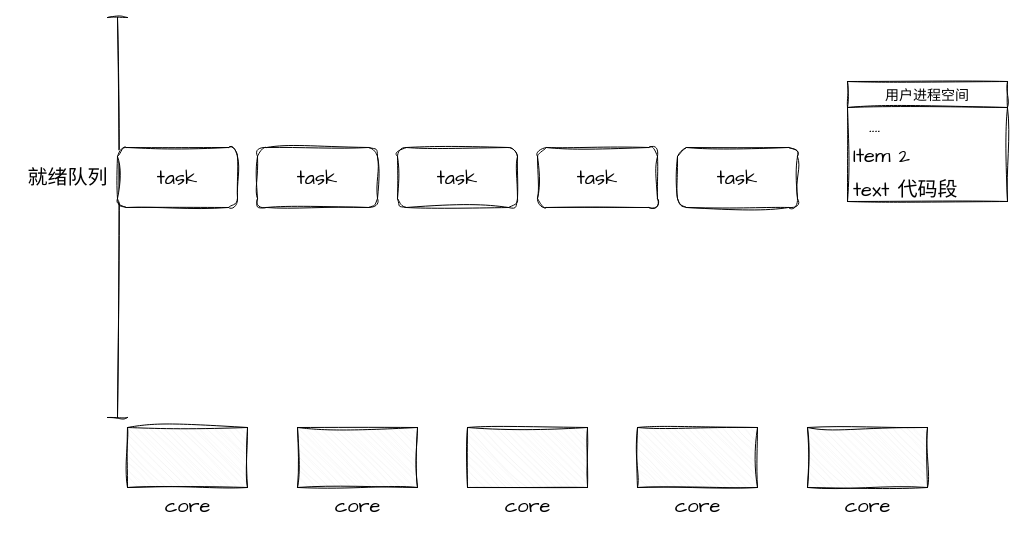
Earlier version of the draw.io diagram resource/new/thread.drawio (zuochunwei/hpc). Source tidied: cells renumbered, new cells numbered last; positions are measured from the earlier drawing's top-left corner, leaving out a move shared by most shapes. Both pictures are drawn from the tidied source at 100%, with x=0, y=0 at pixel (17, 17).
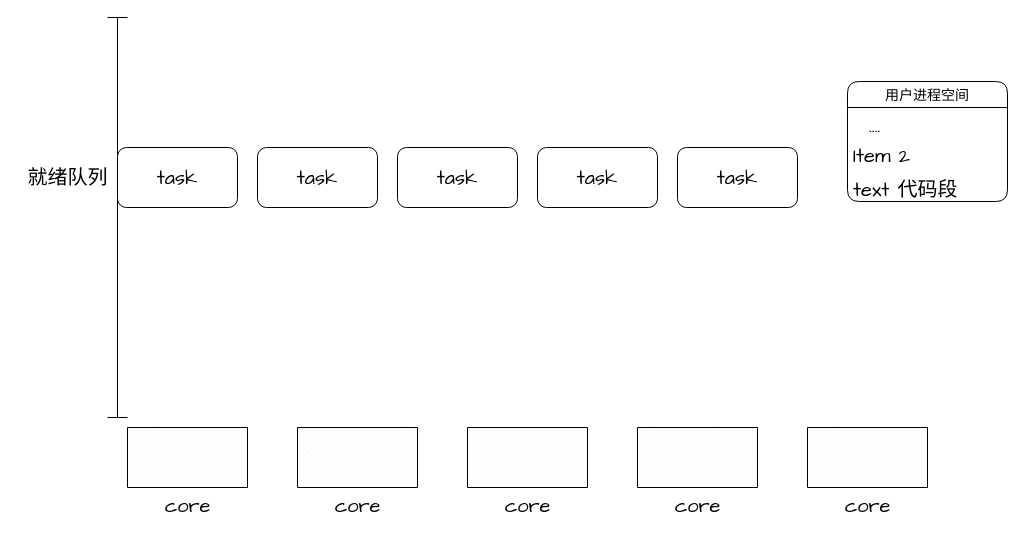
The same page after the edit.

Change to the diagram source:
```diff
@@
 <mxGraphModel>
   <root>
     <mxCell id="0" />
     <mxCell id="1" parent="0" />
-    <mxCell id="2" value="core" style="verticalLabelPosition=bottom;verticalAlign=top;html=1;shape=mxgraph.basic.patternFillRect;fillStyle=diagRev;step=5;fillStrokeWidth=0.2;fillStrokeColor=#dddddd;sketch=1;hachureGap=4;jiggle=2;curveFitting=1;fontFamily=Architects Daughter;fontSize=20;" parent="1" vertex="1">
+    <mxCell id="2" value="core" style="verticalLabelPosition=bottom;verticalAlign=top;html=1;shape=mxgraph.basic.patternFillRect;fillStyle=diagRev;step=5;fillStrokeWidth=0.2;fillStrokeColor=#dddddd;hachureGap=4;jiggle=2;curveFitting=1;fontFamily=Architects Daughter;fontSize=20;rounded=1;" parent="1" vertex="1">
       <mxGeometry x="110" y="410" width="120" height="60" as="geometry" />
     </mxCell>
-    <mxCell id="3" value="core" style="verticalLabelPosition=bottom;verticalAlign=top;html=1;shape=mxgraph.basic.patternFillRect;fillStyle=diagRev;step=5;fillStrokeWidth=0.2;fillStrokeColor=#dddddd;sketch=1;hachureGap=4;jiggle=2;curveFitting=1;fontFamily=Architects Daughter;fontSize=20;" parent="1" vertex="1">
+    <mxCell id="3" value="core" style="verticalLabelPosition=bottom;verticalAlign=top;html=1;shape=mxgraph.basic.patternFillRect;fillStyle=diagRev;step=5;fillStrokeWidth=0.2;fillStrokeColor=#dddddd;hachureGap=4;jiggle=2;curveFitting=1;fontFamily=Architects Daughter;fontSize=20;rounded=1;" parent="1" vertex="1">
       <mxGeometry x="280" y="410" width="120" height="60" as="geometry" />
     </mxCell>
-    <mxCell id="4" value="core" style="verticalLabelPosition=bottom;verticalAlign=top;html=1;shape=mxgraph.basic.patternFillRect;fillStyle=diagRev;step=5;fillStrokeWidth=0.2;fillStrokeColor=#dddddd;sketch=1;hachureGap=4;jiggle=2;curveFitting=1;fontFamily=Architects Daughter;fontSize=20;" parent="1" vertex="1">
+    <mxCell id="4" value="core" style="verticalLabelPosition=bottom;verticalAlign=top;html=1;shape=mxgraph.basic.patternFillRect;fillStyle=diagRev;step=5;fillStrokeWidth=0.2;fillStrokeColor=#dddddd;hachureGap=4;jiggle=2;curveFitting=1;fontFamily=Architects Daughter;fontSize=20;rounded=1;" parent="1" vertex="1">
       <mxGeometry x="450" y="410" width="120" height="60" as="geometry" />
     </mxCell>
-    <mxCell id="5" value="core" style="verticalLabelPosition=bottom;verticalAlign=top;html=1;shape=mxgraph.basic.patternFillRect;fillStyle=diagRev;step=5;fillStrokeWidth=0.2;fillStrokeColor=#dddddd;sketch=1;hachureGap=4;jiggle=2;curveFitting=1;fontFamily=Architects Daughter;fontSize=20;" parent="1" vertex="1">
+    <mxCell id="5" value="core" style="verticalLabelPosition=bottom;verticalAlign=top;html=1;shape=mxgraph.basic.patternFillRect;fillStyle=diagRev;step=5;fillStrokeWidth=0.2;fillStrokeColor=#dddddd;hachureGap=4;jiggle=2;curveFitting=1;fontFamily=Architects Daughter;fontSize=20;rounded=1;" parent="1" vertex="1">
       <mxGeometry x="620" y="410" width="120" height="60" as="geometry" />
     </mxCell>
-    <mxCell id="6" value="core" style="verticalLabelPosition=bottom;verticalAlign=top;html=1;shape=mxgraph.basic.patternFillRect;fillStyle=diagRev;step=5;fillStrokeWidth=0.2;fillStrokeColor=#dddddd;sketch=1;hachureGap=4;jiggle=2;curveFitting=1;fontFamily=Architects Daughter;fontSize=20;" parent="1" vertex="1">
+    <mxCell id="6" value="core" style="verticalLabelPosition=bottom;verticalAlign=top;html=1;shape=mxgraph.basic.patternFillRect;fillStyle=diagRev;step=5;fillStrokeWidth=0.2;fillStrokeColor=#dddddd;hachureGap=4;jiggle=2;curveFitting=1;fontFamily=Architects Daughter;fontSize=20;rounded=1;" parent="1" vertex="1">
       <mxGeometry x="790" y="410" width="120" height="60" as="geometry" />
     </mxCell>
-    <mxCell id="7" style="shape=crossbar;whiteSpace=wrap;html=1;rounded=1;direction=south;sketch=1;hachureGap=4;jiggle=2;curveFitting=1;fontFamily=Architects Daughter;fontSize=20;" parent="1" vertex="1">
+    <mxCell id="7" style="shape=crossbar;whiteSpace=wrap;html=1;rounded=1;direction=south;hachureGap=4;jiggle=2;curveFitting=1;fontFamily=Architects Daughter;fontSize=20;" parent="1" vertex="1">
       <mxGeometry x="90" width="20" height="400" as="geometry" />
     </mxCell>
-    <mxCell id="8" value="task" style="rounded=1;whiteSpace=wrap;html=1;sketch=1;hachureGap=4;jiggle=2;curveFitting=1;fontFamily=Architects Daughter;fontSize=20;" parent="1" vertex="1">
+    <mxCell id="8" value="task" style="rounded=1;whiteSpace=wrap;html=1;hachureGap=4;jiggle=2;curveFitting=1;fontFamily=Architects Daughter;fontSize=20;" parent="1" vertex="1">
       <mxGeometry x="100" y="130" width="120" height="60" as="geometry" />
     </mxCell>
-    <mxCell id="9" value="task" style="rounded=1;whiteSpace=wrap;html=1;sketch=1;hachureGap=4;jiggle=2;curveFitting=1;fontFamily=Architects Daughter;fontSize=20;" parent="1" vertex="1">
+    <mxCell id="9" value="task" style="rounded=1;whiteSpace=wrap;html=1;hachureGap=4;jiggle=2;curveFitting=1;fontFamily=Architects Daughter;fontSize=20;" parent="1" vertex="1">
       <mxGeometry x="240" y="130" width="120" height="60" as="geometry" />
     </mxCell>
-    <mxCell id="10" value="task" style="rounded=1;whiteSpace=wrap;html=1;sketch=1;hachureGap=4;jiggle=2;curveFitting=1;fontFamily=Architects Daughter;fontSize=20;" parent="1" vertex="1">
+    <mxCell id="10" value="task" style="rounded=1;whiteSpace=wrap;html=1;hachureGap=4;jiggle=2;curveFitting=1;fontFamily=Architects Daughter;fontSize=20;" parent="1" vertex="1">
       <mxGeometry x="380" y="130" width="120" height="60" as="geometry" />
     </mxCell>
-    <mxCell id="11" value="task" style="rounded=1;whiteSpace=wrap;html=1;sketch=1;hachureGap=4;jiggle=2;curveFitting=1;fontFamily=Architects Daughter;fontSize=20;" parent="1" vertex="1">
+    <mxCell id="11" value="task" style="rounded=1;whiteSpace=wrap;html=1;hachureGap=4;jiggle=2;curveFitting=1;fontFamily=Architects Daughter;fontSize=20;" parent="1" vertex="1">
       <mxGeometry x="520" y="130" width="120" height="60" as="geometry" />
     </mxCell>
-    <mxCell id="12" value="task" style="rounded=1;whiteSpace=wrap;html=1;sketch=1;hachureGap=4;jiggle=2;curveFitting=1;fontFamily=Architects Daughter;fontSize=20;" parent="1" vertex="1">
+    <mxCell id="12" value="task" style="rounded=1;whiteSpace=wrap;html=1;hachureGap=4;jiggle=2;curveFitting=1;fontFamily=Architects Daughter;fontSize=20;" parent="1" vertex="1">
       <mxGeometry x="660" y="130" width="120" height="60" as="geometry" />
     </mxCell>
-    <mxCell id="13" value="就绪队列" style="text;html=1;align=center;verticalAlign=middle;strokeColor=none;fillColor=none;fontSize=20;fontFamily=Architects Daughter;" parent="1" vertex="1">
+    <mxCell id="13" value="就绪队列" style="text;html=1;align=center;verticalAlign=middle;strokeColor=none;fillColor=none;fontSize=20;fontFamily=Architects Daughter;rounded=1;" parent="1" vertex="1">
       <mxGeometry y="140" width="100" height="40" as="geometry" />
     </mxCell>
-    <mxCell id="14" value="用户进程空间" style="swimlane;fontStyle=0;horizontal=1;startSize=26;align=center;fontSize=14;sketch=1;hachureGap=4;jiggle=2;curveFitting=1;fontFamily=Architects Daughter;" parent="1" vertex="1">
+    <mxCell id="14" value="用户进程空间" style="swimlane;fontStyle=0;horizontal=1;startSize=26;align=center;fontSize=14;hachureGap=4;jiggle=2;curveFitting=1;fontFamily=Architects Daughter;rounded=1;" parent="1" vertex="1">
       <mxGeometry x="830" y="64" width="160" height="120" as="geometry" />
     </mxCell>
-    <mxCell id="15" value="&amp;nbsp; ...." style="text;strokeColor=none;fillColor=none;spacingLeft=4;spacingRight=4;overflow=hidden;fontSize=20;whiteSpace=wrap;html=1;fontFamily=Architects Daughter;" parent="14" vertex="1">
+    <mxCell id="15" value="&amp;nbsp; ...." style="text;strokeColor=none;fillColor=none;spacingLeft=4;spacingRight=4;overflow=hidden;fontSize=20;whiteSpace=wrap;html=1;fontFamily=Architects Daughter;rounded=1;" parent="14" vertex="1">
       <mxGeometry y="26" width="160" height="30" as="geometry" />
     </mxCell>
-    <mxCell id="16" value="Item 2" style="text;strokeColor=none;fillColor=none;spacingLeft=4;spacingRight=4;overflow=hidden;fontSize=20;whiteSpace=wrap;html=1;fontFamily=Architects Daughter;shadow=1;" parent="14" vertex="1">
+    <mxCell id="16" value="Item 2" style="text;strokeColor=none;fillColor=none;spacingLeft=4;spacingRight=4;overflow=hidden;fontSize=20;whiteSpace=wrap;html=1;fontFamily=Architects Daughter;shadow=1;rounded=1;" parent="14" vertex="1">
       <mxGeometry y="56" width="160" height="34" as="geometry" />
     </mxCell>
-    <mxCell id="17" value="text 代码段" style="text;strokeColor=none;fillColor=none;spacingLeft=4;spacingRight=4;overflow=hidden;fontSize=20;whiteSpace=wrap;html=1;fontFamily=Architects Daughter;" parent="14" vertex="1">
+    <mxCell id="17" value="text 代码段" style="text;strokeColor=none;fillColor=none;spacingLeft=4;spacingRight=4;overflow=hidden;fontSize=20;whiteSpace=wrap;html=1;fontFamily=Architects Daughter;rounded=1;" parent="14" vertex="1">
       <mxGeometry y="90" width="160" height="30" as="geometry" />
     </mxCell>
   </root>
 </mxGraphModel>
```
